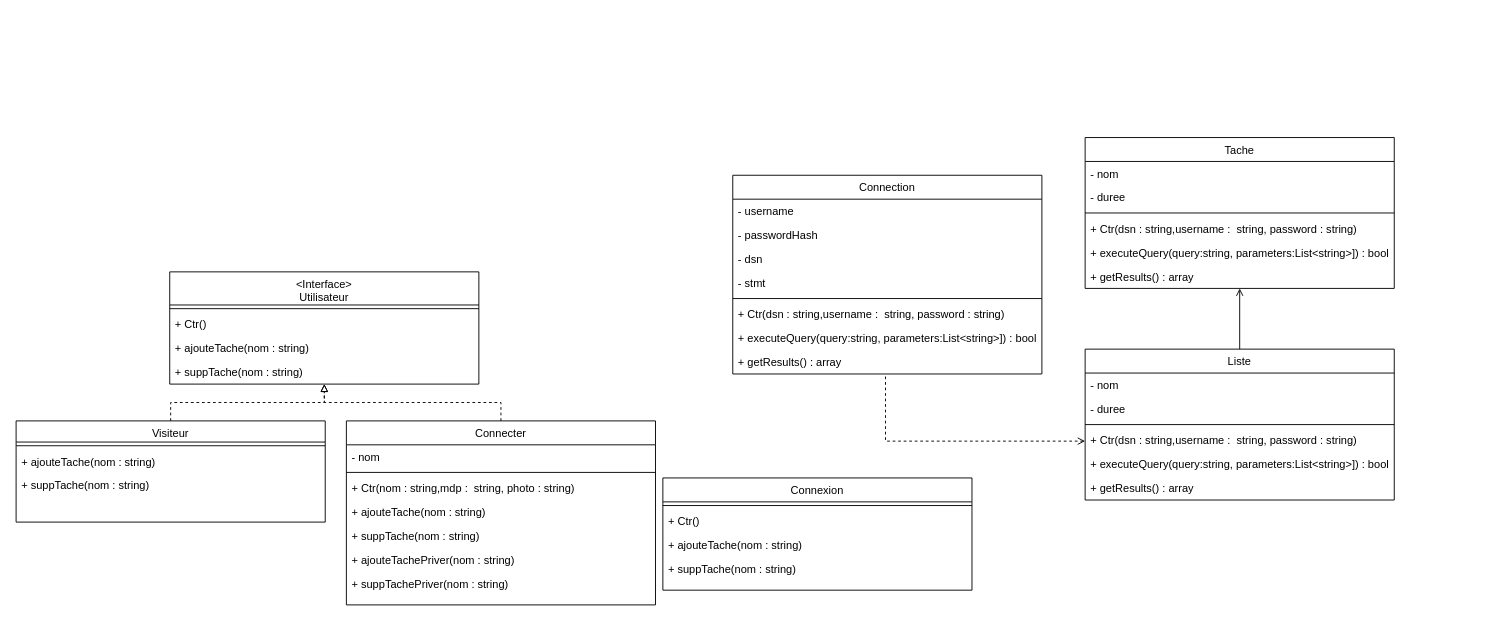
Earlier version of the draw.io diagram doc/DiagrammeDeClasse.drawio (waarx11/Projet_Php_Todo_Lidt). Source tidied: cells renumbered, new cells numbered last; positions are measured from the earlier drawing's top-left corner, leaving out a move shared by most shapes. Both pictures are drawn from the tidied source at 92%, with x=0, y=0 at pixel (16, 137).
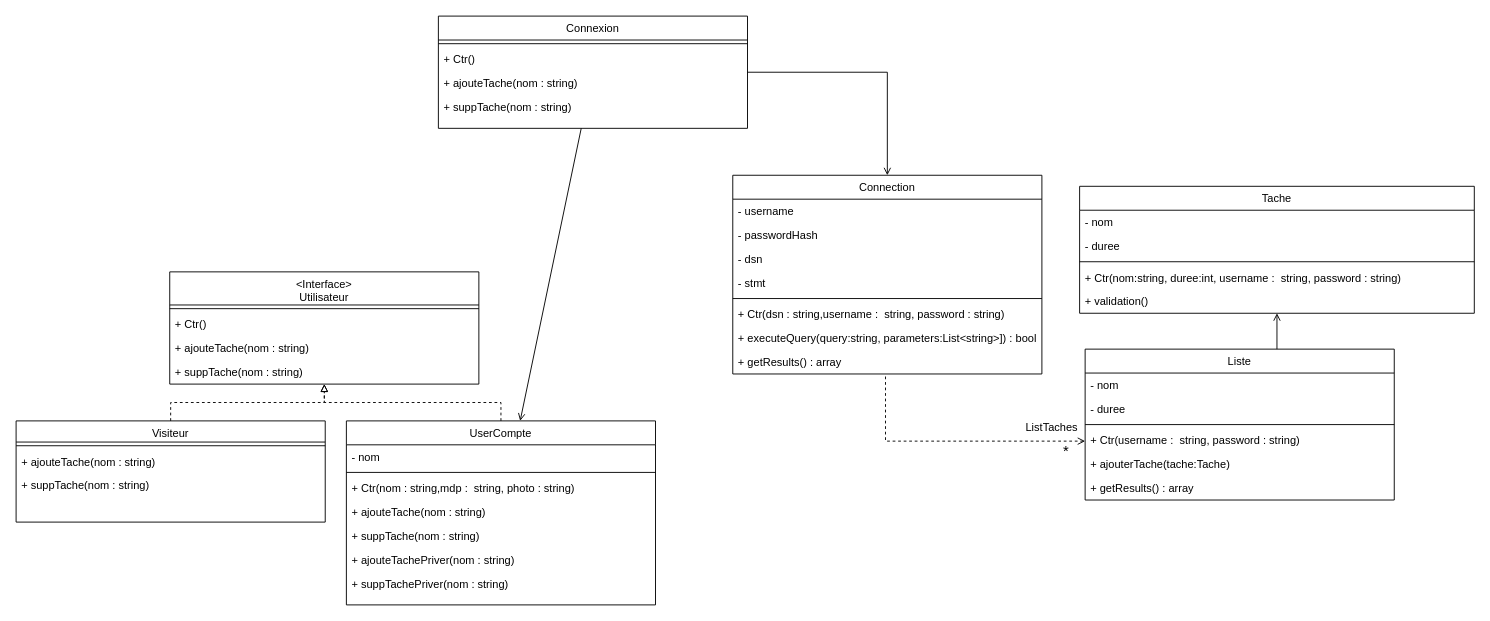
After the change.

Commit message:
Modification Diagramme de classe

The change refers to these unchanged cells:
```xml
<mxCell id="2" value="Connection" style="swimlane;fontStyle=0;align=center;verticalAlign=top;horizontal=1;startSize=26;rounded=0;shadow=0;strokeWidth=1;" parent="1" vertex="1">
  <mxGeometry x="779" y="41" width="336" height="216" as="geometry" />
</mxCell>
<mxCell id="18" value="Liste" style="swimlane;fontStyle=0;align=center;verticalAlign=top;horizontal=1;startSize=26;rounded=0;shadow=0;strokeWidth=1;" parent="1" vertex="1">
  <mxGeometry x="1162" y="230" width="336" height="164" as="geometry" />
</mxCell>
```

What changed in the source:
```diff
@@
     <mxCell id="11" value="Tache" style="swimlane;fontStyle=0;align=center;verticalAlign=top;horizontal=1;startSize=26;rounded=0;shadow=0;strokeWidth=1;" parent="1" vertex="1">
-      <mxGeometry x="1162" width="336" height="164" as="geometry" />
+      <mxGeometry x="1156" y="53" width="429" height="138" as="geometry" />
     </mxCell>
     <mxCell id="12" value="- nom" style="text;align=left;verticalAlign=top;spacingLeft=4;spacingRight=4;overflow=hidden;rounded=0;shadow=0;html=0;" parent="11" vertex="1">
-      <mxGeometry y="26" width="336" height="26" as="geometry" />
+      <mxGeometry y="26" width="429" height="26" as="geometry" />
     </mxCell>
     <mxCell id="13" value="- duree" style="text;align=left;verticalAlign=top;spacingLeft=4;spacingRight=4;overflow=hidden;rounded=0;shadow=0;html=0;" parent="11" vertex="1">
-      <mxGeometry y="52" width="336" height="26" as="geometry" />
+      <mxGeometry y="52" width="429" height="26" as="geometry" />
     </mxCell>
     <mxCell id="14" style="line;html=1;strokeWidth=1;align=left;verticalAlign=middle;spacingTop=-1;spacingLeft=3;spacingRight=3;labelPosition=right;" parent="11" vertex="1">
-      <mxGeometry y="78" width="336" height="8" as="geometry" />
+      <mxGeometry y="78" width="429" height="8" as="geometry" />
     </mxCell>
-    <mxCell id="15" value="+ Ctr(dsn : string,username :  string, password : string)" style="text;align=left;verticalAlign=top;spacingLeft=4;spacingRight=4;overflow=hidden;" parent="11" vertex="1">
-      <mxGeometry y="86" width="336" height="26" as="geometry" />
+    <mxCell id="15" value="+ Ctr(nom:string, duree:int, username :  string, password : string)" style="text;align=left;verticalAlign=top;spacingLeft=4;spacingRight=4;overflow=hidden;" parent="11" vertex="1">
+      <mxGeometry y="86" width="429" height="26" as="geometry" />
     </mxCell>
-    <mxCell id="16" value="+ executeQuery(query:string, parameters:List&lt;string&gt;]) : bool" style="text;align=left;verticalAlign=top;spacingLeft=4;spacingRight=4;overflow=hidden;" parent="11" vertex="1">
-      <mxGeometry y="112" width="336" height="26" as="geometry" />
-    </mxCell>
-    <mxCell id="17" value="+ getResults() : array" style="text;align=left;verticalAlign=top;spacingLeft=4;spacingRight=4;overflow=hidden;" parent="11" vertex="1">
-      <mxGeometry y="138" width="336" height="26" as="geometry" />
-    </mxCell>
+    <mxCell id="51" value="+ validation()" style="text;align=left;verticalAlign=top;spacingLeft=4;spacingRight=4;overflow=hidden;" parent="11" vertex="1">
+      <mxGeometry y="112" width="429" height="26" as="geometry" />
+    </mxCell>
@@
-    <mxCell id="22" value="+ Ctr(dsn : string,username :  string, password : string)" style="text;align=left;verticalAlign=top;spacingLeft=4;spacingRight=4;overflow=hidden;" parent="18" vertex="1">
+    <mxCell id="22" value="+ Ctr(username :  string, password : string)" style="text;align=left;verticalAlign=top;spacingLeft=4;spacingRight=4;overflow=hidden;" parent="18" vertex="1">
       <mxGeometry y="86" width="336" height="26" as="geometry" />
     </mxCell>
-    <mxCell id="23" value="+ executeQuery(query:string, parameters:List&lt;string&gt;]) : bool" style="text;align=left;verticalAlign=top;spacingLeft=4;spacingRight=4;overflow=hidden;" parent="18" vertex="1">
+    <mxCell id="23" value="+ ajouterTache(tache:Tache)" style="text;align=left;verticalAlign=top;spacingLeft=4;spacingRight=4;overflow=hidden;" parent="18" vertex="1">
       <mxGeometry y="112" width="336" height="26" as="geometry" />
     </mxCell>
@@
-    <mxCell id="32" value="Connecter" style="swimlane;fontStyle=0;align=center;verticalAlign=top;horizontal=1;startSize=26;rounded=0;shadow=0;strokeWidth=1;" parent="1" vertex="1">
+    <mxCell id="32" value="UserCompte" style="swimlane;fontStyle=0;align=center;verticalAlign=top;horizontal=1;startSize=26;rounded=0;shadow=0;strokeWidth=1;" parent="1" vertex="1">
       <mxGeometry x="359" y="308" width="336" height="200" as="geometry" />
     </mxCell>
@@
     <mxCell id="46" value="Connexion" style="swimlane;fontStyle=0;align=center;verticalAlign=top;horizontal=1;startSize=26;rounded=0;shadow=0;strokeWidth=1;" parent="1" vertex="1">
-      <mxGeometry x="703" y="370" width="336" height="122" as="geometry" />
+      <mxGeometry x="459" y="-132" width="336" height="122" as="geometry" />
     </mxCell>
@@
+    <mxCell id="52" value="ListTaches" style="text;html=1;strokeColor=none;fillColor=none;align=center;verticalAlign=middle;whiteSpace=wrap;rounded=0;" parent="1" vertex="1">
+      <mxGeometry x="1096" y="300" width="60" height="30" as="geometry" />
+    </mxCell>
+    <mxCell id="53" value="&lt;font style=&quot;font-size: 16px&quot;&gt;*&lt;/font&gt;" style="text;html=1;strokeColor=none;fillColor=none;align=center;verticalAlign=middle;whiteSpace=wrap;rounded=0;" parent="1" vertex="1">
+      <mxGeometry x="1127" y="326" width="29" height="30" as="geometry" />
+    </mxCell>
+    <mxCell id="54" style="endArrow=open;html=1;rounded=0;fontSize=16;endFill=0;" parent="1" edge="1" source="46" target="2">
+      <mxGeometry relative="1" as="geometry">
+        <Array as="points">
+          <mxPoint x="947" y="-71" />
+        </Array>
+      </mxGeometry>
+    </mxCell>
+    <mxCell id="55" style="endArrow=open;html=1;rounded=0;fontSize=16;endFill=0;" parent="1" edge="1" source="46" target="32">
+      <mxGeometry relative="1" as="geometry" />
+    </mxCell>
```
